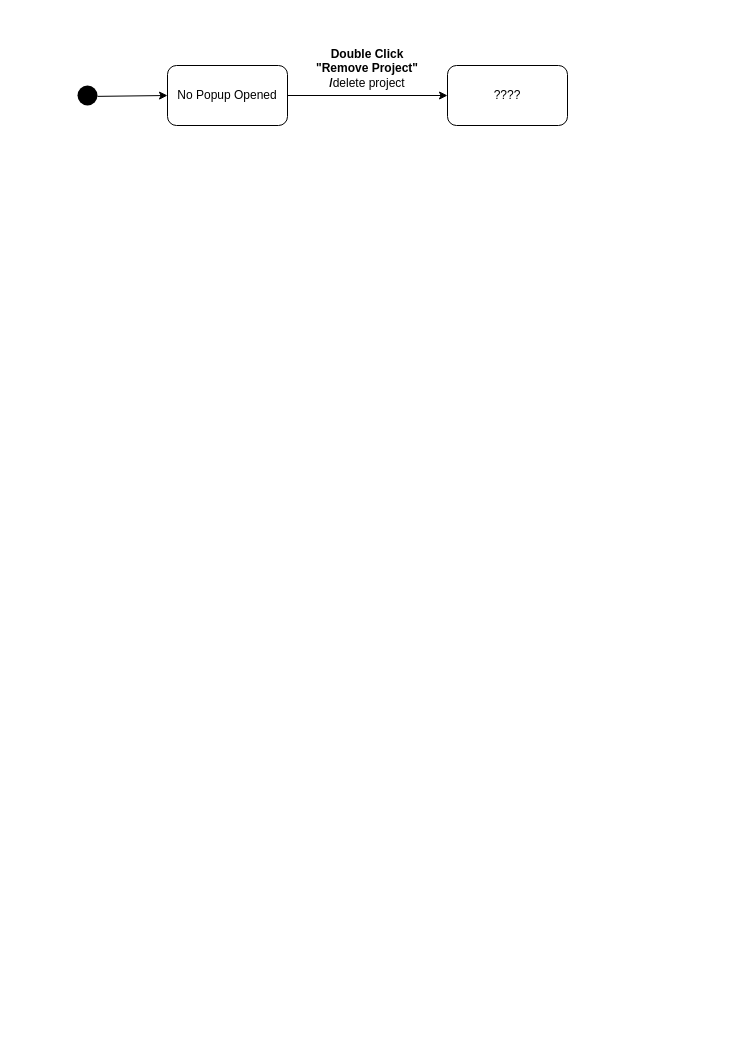
This is docs/04_assignment/schema/03_delete_project/03_state_machine.drawio from Jumaruba/jtimesched, a draw.io file, before an edit. Source tidied: cells renumbered, new cells numbered last; positions are measured from the earlier drawing's top-left corner, leaving out a move shared by most shapes. Both pictures are drawn from the tidied source at 100%, with x=0, y=0 at pixel (77, 53).
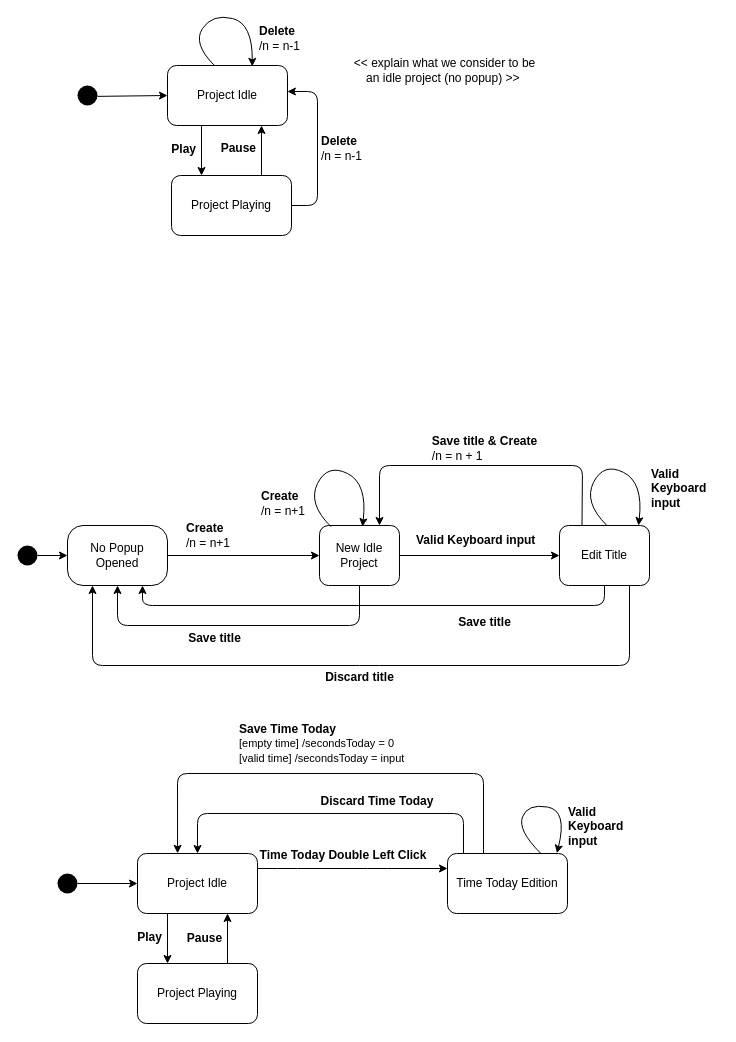
The same page after the edit.

Diff of the diagram source:
```diff
@@
-    <mxCell id="2" style="edgeStyle=none;html=1;exitX=1;exitY=0.5;exitDx=0;exitDy=0;" parent="1" edge="1" source="3" target="6">
-      <mxGeometry relative="1" as="geometry" />
-    </mxCell>
-    <mxCell id="3" value="No Popup Opened" style="rounded=1;whiteSpace=wrap;html=1;" parent="1" vertex="1">
+    <mxCell id="3" value="Project Idle" style="rounded=1;whiteSpace=wrap;html=1;" parent="1" vertex="1">
       <mxGeometry x="90" y="12" width="120" height="60" as="geometry" />
     </mxCell>
@@
-    <mxCell id="6" value="????" style="rounded=1;whiteSpace=wrap;html=1;" parent="1" vertex="1">
-      <mxGeometry x="370" y="12" width="120" height="60" as="geometry" />
-    </mxCell>
-    <mxCell id="7" value="&lt;div&gt;&lt;b&gt;Double Click &quot;Remove Project&quot;&lt;/b&gt;&lt;/div&gt;&lt;div&gt;&lt;b&gt;/&lt;/b&gt;delete project&lt;/div&gt;" style="text;html=1;strokeColor=none;fillColor=none;align=center;verticalAlign=middle;whiteSpace=wrap;rounded=0;fontSize=12;" parent="1" vertex="1">
-      <mxGeometry x="230" width="120" height="30" as="geometry" />
+    <mxCell id="7" value="&lt;div style=&quot;&quot;&gt;&lt;b&gt;Delete&lt;/b&gt;&lt;/div&gt;&lt;div style=&quot;&quot;&gt;&lt;span&gt;/n = n-1&lt;/span&gt;&lt;/div&gt;" style="text;html=1;strokeColor=none;fillColor=none;align=left;verticalAlign=middle;whiteSpace=wrap;rounded=0;fontSize=12;" parent="1" vertex="1">
+      <mxGeometry x="180" y="-30" width="50" height="30" as="geometry" />
     </mxCell>
+    <mxCell id="8" style="edgeStyle=none;html=1;exitX=0.75;exitY=0;exitDx=0;exitDy=0;entryX=0.75;entryY=1;entryDx=0;entryDy=0;fontSize=12;" parent="1" edge="1" source="10">
+      <mxGeometry relative="1" as="geometry">
+        <mxPoint x="184" y="72" as="targetPoint" />
+      </mxGeometry>
+    </mxCell>
+    <mxCell id="9" style="edgeStyle=none;html=1;exitX=1;exitY=0.5;exitDx=0;exitDy=0;entryX=0.999;entryY=0.433;entryDx=0;entryDy=0;entryPerimeter=0;" parent="1" edge="1" source="10" target="3">
+      <mxGeometry relative="1" as="geometry">
+        <Array as="points">
+          <mxPoint x="240" y="152" />
+          <mxPoint x="240" y="38" />
+        </Array>
+      </mxGeometry>
+    </mxCell>
+    <mxCell id="10" value="Project Playing" style="rounded=1;whiteSpace=wrap;html=1;fontSize=12;" parent="1" vertex="1">
+      <mxGeometry x="94" y="122" width="120" height="60" as="geometry" />
+    </mxCell>
+    <mxCell id="11" style="edgeStyle=none;html=1;fontSize=12;entryX=0.25;entryY=0;entryDx=0;entryDy=0;exitX=0.25;exitY=1;exitDx=0;exitDy=0;" parent="1" edge="1" target="10">
+      <mxGeometry relative="1" as="geometry">
+        <mxPoint x="124" y="72" as="sourcePoint" />
+      </mxGeometry>
+    </mxCell>
+    <mxCell id="12" value="&lt;b&gt;Play&lt;/b&gt;" style="text;html=1;align=right;verticalAlign=middle;strokeColor=none;fillColor=none;" parent="1" vertex="1">
+      <mxGeometry x="80" y="86" width="40" height="20" as="geometry" />
+    </mxCell>
+    <mxCell id="13" value="&lt;b&gt;Pause&lt;/b&gt;" style="text;html=1;align=right;verticalAlign=middle;strokeColor=none;fillColor=none;" parent="1" vertex="1">
+      <mxGeometry x="130" y="85" width="50" height="20" as="geometry" />
+    </mxCell>
+    <mxCell id="14" style="edgeStyle=none;html=1;" parent="1" edge="1" source="24" target="17">
+      <mxGeometry relative="1" as="geometry" />
+    </mxCell>
+    <mxCell id="15" style="edgeStyle=none;html=1;" parent="1" edge="1" source="17" target="20">
+      <mxGeometry relative="1" as="geometry" />
+    </mxCell>
+    <mxCell id="16" style="edgeStyle=none;html=1;exitX=0.5;exitY=1;exitDx=0;exitDy=0;entryX=0.5;entryY=1;entryDx=0;entryDy=0;" parent="1" edge="1" source="17" target="24">
+      <mxGeometry relative="1" as="geometry">
+        <Array as="points">
+          <mxPoint x="282" y="572" />
+          <mxPoint x="40" y="572" />
+        </Array>
+      </mxGeometry>
+    </mxCell>
+    <mxCell id="17" value="New Idle&lt;br&gt;Project" style="rounded=1;whiteSpace=wrap;html=1;" parent="1" vertex="1">
+      <mxGeometry x="242" y="472" width="80" height="60" as="geometry" />
+    </mxCell>
+    <mxCell id="18" style="edgeStyle=none;html=1;exitX=0.5;exitY=1;exitDx=0;exitDy=0;entryX=0.75;entryY=1;entryDx=0;entryDy=0;" parent="1" edge="1" source="20" target="24">
+      <mxGeometry relative="1" as="geometry">
+        <Array as="points">
+          <mxPoint x="527" y="552" />
+          <mxPoint x="65" y="552" />
+        </Array>
+      </mxGeometry>
+    </mxCell>
+    <mxCell id="19" style="edgeStyle=none;html=1;exitX=0.25;exitY=0;exitDx=0;exitDy=0;entryX=0.75;entryY=0;entryDx=0;entryDy=0;" parent="1" edge="1" source="20" target="17">
+      <mxGeometry relative="1" as="geometry">
+        <Array as="points">
+          <mxPoint x="505" y="412" />
+          <mxPoint x="302" y="412" />
+        </Array>
+      </mxGeometry>
+    </mxCell>
+    <mxCell id="20" value="Edit Title" style="rounded=1;whiteSpace=wrap;html=1;" parent="1" vertex="1">
+      <mxGeometry x="482" y="472" width="90" height="60" as="geometry" />
+    </mxCell>
+    <mxCell id="21" value="&lt;b&gt;Create&lt;/b&gt;&lt;br&gt;/n = n+1" style="text;html=1;align=left;verticalAlign=middle;strokeColor=none;fillColor=none;" parent="1" vertex="1">
+      <mxGeometry x="107" y="467" width="60" height="30" as="geometry" />
+    </mxCell>
+    <mxCell id="22" value="&lt;b&gt;Valid Keyboard input&lt;/b&gt;" style="text;html=1;align=left;verticalAlign=middle;strokeColor=none;fillColor=none;" parent="1" vertex="1">
+      <mxGeometry x="337" y="477" width="130" height="20" as="geometry" />
+    </mxCell>
+    <mxCell id="23" value="&lt;div style=&quot;text-align: left&quot;&gt;&lt;b&gt;Save title&lt;/b&gt;&lt;/div&gt;" style="text;html=1;align=center;verticalAlign=middle;strokeColor=none;fillColor=none;" parent="1" vertex="1">
+      <mxGeometry x="372" y="559" width="70" height="20" as="geometry" />
+    </mxCell>
+    <mxCell id="24" value="No Popup Opened" style="rounded=1;whiteSpace=wrap;html=1;arcSize=26;" parent="1" vertex="1">
+      <mxGeometry x="-10" y="472" width="100" height="60" as="geometry" />
+    </mxCell>
+    <mxCell id="25" style="edgeStyle=none;html=1;exitX=1;exitY=0.5;exitDx=0;exitDy=0;entryX=0;entryY=0.5;entryDx=0;entryDy=0;" parent="1" edge="1" source="26" target="24">
+      <mxGeometry relative="1" as="geometry" />
+    </mxCell>
+    <mxCell id="26" style="ellipse;fillColor=#000000;strokeColor=none;" parent="1" vertex="1">
+      <mxGeometry x="-60" y="492" width="20" height="20" as="geometry" />
+    </mxCell>
+    <mxCell id="27" style="curved=1;endArrow=classic;html=1;exitX=0.39;exitY=-0.002;exitDx=0;exitDy=0;entryX=0.706;entryY=0.014;entryDx=0;entryDy=0;exitPerimeter=0;entryPerimeter=0;" parent="1" edge="1" source="3" target="3">
+      <mxGeometry relative="1" as="geometry">
+        <Array as="points">
+          <mxPoint x="115" y="-10" />
+          <mxPoint x="135" y="-40" />
+          <mxPoint x="175" y="-30" />
+        </Array>
+      </mxGeometry>
+    </mxCell>
+    <mxCell id="28" value="&lt;b&gt;Create&lt;/b&gt;&lt;br&gt;&lt;div&gt;&lt;span&gt;/n = n+1&amp;nbsp;&lt;/span&gt;&lt;/div&gt;" style="text;html=1;align=left;verticalAlign=middle;strokeColor=none;fillColor=none;" parent="1" vertex="1">
+      <mxGeometry x="182" y="435" width="60" height="30" as="geometry" />
+    </mxCell>
+    <mxCell id="29" value="&lt;div style=&quot;text-align: left&quot;&gt;&lt;b&gt;Save title&lt;/b&gt;&lt;/div&gt;" style="text;html=1;align=center;verticalAlign=middle;strokeColor=none;fillColor=none;" parent="1" vertex="1">
+      <mxGeometry x="102" y="575" width="70" height="20" as="geometry" />
+    </mxCell>
+    <mxCell id="30" style="curved=1;endArrow=classic;html=1;exitX=0.042;exitY=0.051;exitDx=0;exitDy=0;entryX=0.5;entryY=0;entryDx=0;entryDy=0;exitPerimeter=0;" parent="1" edge="1">
+      <mxGeometry relative="1" as="geometry">
+        <mxPoint x="529.4" y="472" as="sourcePoint" />
+        <mxPoint x="561" y="472" as="targetPoint" />
+        <Array as="points">
+          <mxPoint x="506" y="448.9" />
+          <mxPoint x="526" y="408.9" />
+          <mxPoint x="566" y="428.9" />
+        </Array>
+      </mxGeometry>
+    </mxCell>
+    <mxCell id="31" value="&lt;b&gt;Valid &lt;br&gt;Keyboard &lt;br&gt;input&lt;/b&gt;&lt;br&gt;&lt;div&gt;&lt;br&gt;&lt;/div&gt;" style="text;html=1;align=left;verticalAlign=middle;strokeColor=none;fillColor=none;" parent="1" vertex="1">
+      <mxGeometry x="572" y="412" width="70" height="60" as="geometry" />
+    </mxCell>
+    <mxCell id="32" value="&lt;div style=&quot;text-align: left&quot;&gt;&lt;b&gt;Save title &amp;amp; Create&lt;/b&gt;&lt;/div&gt;&lt;span&gt;&lt;div style=&quot;text-align: left&quot;&gt;&lt;span&gt;/n = n + 1&lt;/span&gt;&lt;span&gt;&lt;br&gt;&lt;/span&gt;&lt;/div&gt;&lt;/span&gt;" style="text;html=1;align=center;verticalAlign=middle;strokeColor=none;fillColor=none;" parent="1" vertex="1">
+      <mxGeometry x="347" y="380" width="120" height="30" as="geometry" />
+    </mxCell>
+    <mxCell id="33" style="edgeStyle=none;html=1;entryX=0.25;entryY=1;entryDx=0;entryDy=0;" parent="1" edge="1" target="24">
+      <mxGeometry relative="1" as="geometry">
+        <mxPoint x="552" y="532" as="sourcePoint" />
+        <Array as="points">
+          <mxPoint x="552" y="612" />
+          <mxPoint x="292" y="612" />
+          <mxPoint x="15" y="612" />
+        </Array>
+      </mxGeometry>
+    </mxCell>
+    <mxCell id="34" value="&lt;div style=&quot;text-align: left&quot;&gt;&lt;b&gt;Discard title&lt;/b&gt;&lt;/div&gt;" style="text;html=1;align=center;verticalAlign=middle;strokeColor=none;fillColor=none;" parent="1" vertex="1">
+      <mxGeometry x="242" y="614" width="80" height="20" as="geometry" />
+    </mxCell>
+    <mxCell id="35" value="Project Idle" style="rounded=1;whiteSpace=wrap;html=1;" parent="1" vertex="1">
+      <mxGeometry x="60" y="800" width="120" height="60" as="geometry" />
+    </mxCell>
+    <mxCell id="36" style="ellipse;fillColor=#000000;strokeColor=none;" parent="1" vertex="1">
+      <mxGeometry x="-20" y="820" width="20" height="20" as="geometry" />
+    </mxCell>
+    <mxCell id="37" style="edgeStyle=none;html=1;fontSize=12;startArrow=none;" parent="1" edge="1" source="36" target="35">
+      <mxGeometry relative="1" as="geometry" />
+    </mxCell>
+    <mxCell id="38" value="&lt;b&gt;Time Today Double Left Click&lt;/b&gt;" style="text;html=1;strokeColor=none;fillColor=none;align=center;verticalAlign=middle;whiteSpace=wrap;rounded=0;" parent="1" vertex="1">
+      <mxGeometry x="175" y="787" width="182" height="30" as="geometry" />
+    </mxCell>
+    <mxCell id="39" value="Time Today Edition" style="rounded=1;whiteSpace=wrap;html=1;" parent="1" vertex="1">
+      <mxGeometry x="370" y="800" width="120" height="60" as="geometry" />
+    </mxCell>
+    <mxCell id="40" style="edgeStyle=none;html=1;entryX=0;entryY=0.25;entryDx=0;entryDy=0;exitX=1;exitY=0.25;exitDx=0;exitDy=0;" parent="1" edge="1" source="35" target="39">
+      <mxGeometry relative="1" as="geometry">
+        <Array as="points">
+          <mxPoint x="210" y="815" />
+          <mxPoint x="300" y="815" />
+        </Array>
+      </mxGeometry>
+    </mxCell>
+    <mxCell id="41" style="edgeStyle=none;html=1;entryX=0.5;entryY=0;entryDx=0;entryDy=0;fontSize=12;" parent="1" edge="1" target="35">
+      <mxGeometry relative="1" as="geometry">
+        <mxPoint x="386" y="800" as="sourcePoint" />
+        <Array as="points">
+          <mxPoint x="386" y="760" />
+          <mxPoint x="120" y="760" />
+        </Array>
+      </mxGeometry>
+    </mxCell>
+    <mxCell id="42" value="&lt;div&gt;&lt;b&gt;&lt;font style=&quot;font-size: 12px&quot;&gt;Discard Time Today&lt;/font&gt;&lt;/b&gt;&lt;/div&gt;&lt;span style=&quot;font-size: 11px&quot;&gt;&lt;br&gt;&lt;/span&gt;" style="text;html=1;strokeColor=none;fillColor=none;align=center;verticalAlign=middle;whiteSpace=wrap;rounded=0;" parent="1" vertex="1">
+      <mxGeometry x="210" y="740" width="180" height="30" as="geometry" />
+    </mxCell>
+    <mxCell id="43" style="edgeStyle=none;html=1;entryX=0.334;entryY=-0.003;entryDx=0;entryDy=0;fontSize=12;entryPerimeter=0;" parent="1" edge="1" target="35">
+      <mxGeometry relative="1" as="geometry">
+        <mxPoint x="406" y="800" as="sourcePoint" />
+        <Array as="points">
+          <mxPoint x="406" y="720" />
+          <mxPoint x="100" y="720" />
+        </Array>
+      </mxGeometry>
+    </mxCell>
+    <mxCell id="44" value="&lt;div&gt;&lt;font&gt;&lt;b style=&quot;font-size: 12px&quot;&gt;Save Time Today&lt;/b&gt;&lt;br&gt;&lt;font style=&quot;font-size: 11px&quot;&gt;[empty time]&amp;nbsp;&lt;/font&gt;&lt;/font&gt;&lt;span style=&quot;font-size: 11px&quot;&gt;/secondsToday = 0&lt;/span&gt;&lt;/div&gt;&lt;div&gt;&lt;font style=&quot;font-size: 11px&quot;&gt;[valid time]&amp;nbsp;&lt;/font&gt;&lt;span style=&quot;font-size: 11px&quot;&gt;/secondsToday = input&lt;/span&gt;&lt;/div&gt;" style="text;html=1;strokeColor=none;fillColor=none;align=left;verticalAlign=middle;whiteSpace=wrap;rounded=0;" parent="1" vertex="1">
+      <mxGeometry x="160" y="640" width="210" height="100" as="geometry" />
+    </mxCell>
+    <mxCell id="45" style="edgeStyle=none;html=1;exitX=0.75;exitY=0;exitDx=0;exitDy=0;entryX=0.75;entryY=1;entryDx=0;entryDy=0;fontSize=12;" parent="1" edge="1" source="46">
+      <mxGeometry relative="1" as="geometry">
+        <mxPoint x="150" y="860" as="targetPoint" />
+      </mxGeometry>
+    </mxCell>
+    <mxCell id="46" value="Project Playing" style="rounded=1;whiteSpace=wrap;html=1;fontSize=12;" parent="1" vertex="1">
+      <mxGeometry x="60" y="910" width="120" height="60" as="geometry" />
+    </mxCell>
+    <mxCell id="47" style="edgeStyle=none;html=1;fontSize=12;entryX=0.25;entryY=0;entryDx=0;entryDy=0;exitX=0.25;exitY=1;exitDx=0;exitDy=0;" parent="1" edge="1" target="46">
+      <mxGeometry relative="1" as="geometry">
+        <mxPoint x="90" y="860" as="sourcePoint" />
+      </mxGeometry>
+    </mxCell>
+    <mxCell id="48" value="&lt;b&gt;Play&lt;/b&gt;" style="text;html=1;align=center;verticalAlign=middle;strokeColor=none;fillColor=none;" parent="1" vertex="1">
+      <mxGeometry x="52" y="874" width="40" height="20" as="geometry" />
+    </mxCell>
+    <mxCell id="49" value="&lt;b&gt;Pause&lt;/b&gt;" style="text;html=1;align=center;verticalAlign=middle;strokeColor=none;fillColor=none;" parent="1" vertex="1">
+      <mxGeometry x="102" y="875" width="50" height="20" as="geometry" />
+    </mxCell>
+    <mxCell id="50" style="curved=1;endArrow=classic;html=1;exitX=0.042;exitY=0.051;exitDx=0;exitDy=0;entryX=0.924;entryY=-0.005;entryDx=0;entryDy=0;exitPerimeter=0;entryPerimeter=0;" parent="1" edge="1">
+      <mxGeometry relative="1" as="geometry">
+        <mxPoint x="463.4" y="800" as="sourcePoint" />
+        <mxPoint x="479.4" y="799.7" as="targetPoint" />
+        <Array as="points">
+          <mxPoint x="440" y="776.9" />
+          <mxPoint x="450" y="750" />
+          <mxPoint x="490" y="757" />
+        </Array>
+      </mxGeometry>
+    </mxCell>
+    <mxCell id="51" value="&lt;b&gt;Valid &lt;br&gt;Keyboard &lt;br&gt;input&lt;/b&gt;&lt;br&gt;&lt;div&gt;&lt;br&gt;&lt;/div&gt;" style="text;html=1;align=left;verticalAlign=middle;strokeColor=none;fillColor=none;" parent="1" vertex="1">
+      <mxGeometry x="488.5" y="750" width="70" height="60" as="geometry" />
+    </mxCell>
+    <mxCell id="52" style="curved=1;endArrow=classic;html=1;exitX=0.042;exitY=0.051;exitDx=0;exitDy=0;entryX=0.5;entryY=0;entryDx=0;entryDy=0;exitPerimeter=0;" parent="1" edge="1">
+      <mxGeometry relative="1" as="geometry">
+        <mxPoint x="253.4" y="473.1" as="sourcePoint" />
+        <mxPoint x="285" y="473.1" as="targetPoint" />
+        <Array as="points">
+          <mxPoint x="230" y="450" />
+          <mxPoint x="250" y="410" />
+          <mxPoint x="290" y="430" />
+        </Array>
+      </mxGeometry>
+    </mxCell>
+    <mxCell id="53" value="&lt;div style=&quot;&quot;&gt;&lt;b&gt;Delete&lt;/b&gt;&lt;/div&gt;&lt;div style=&quot;&quot;&gt;&lt;span&gt;/n = n-1&lt;/span&gt;&lt;/div&gt;" style="text;html=1;strokeColor=none;fillColor=none;align=left;verticalAlign=middle;whiteSpace=wrap;rounded=0;fontSize=12;" parent="1" vertex="1">
+      <mxGeometry x="242" y="80" width="53" height="30" as="geometry" />
+    </mxCell>
+    <mxCell id="54" value="&amp;lt;&amp;lt; explain what we consider to be &lt;br&gt;an idle project (no popup) &amp;gt;&amp;gt;&amp;nbsp;" style="text;html=1;align=center;verticalAlign=middle;strokeColor=none;fillColor=none;" parent="1" vertex="1">
+      <mxGeometry x="267" y="2" width="200" height="30" as="geometry" />
+    </mxCell>
```
